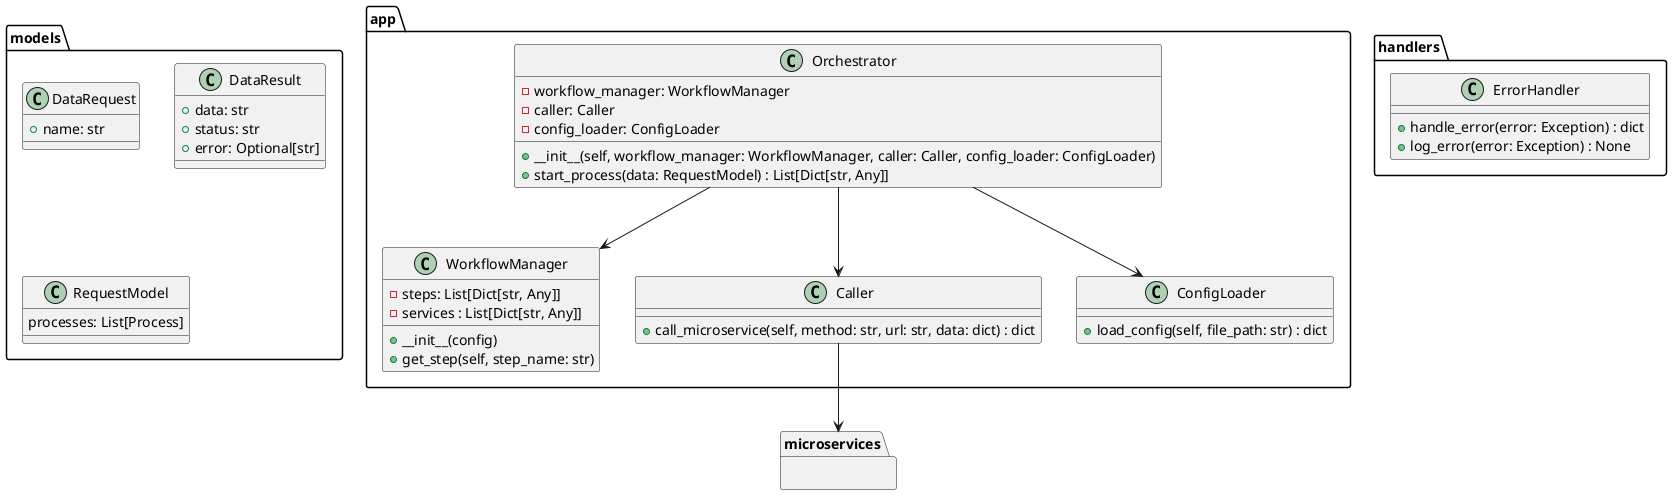
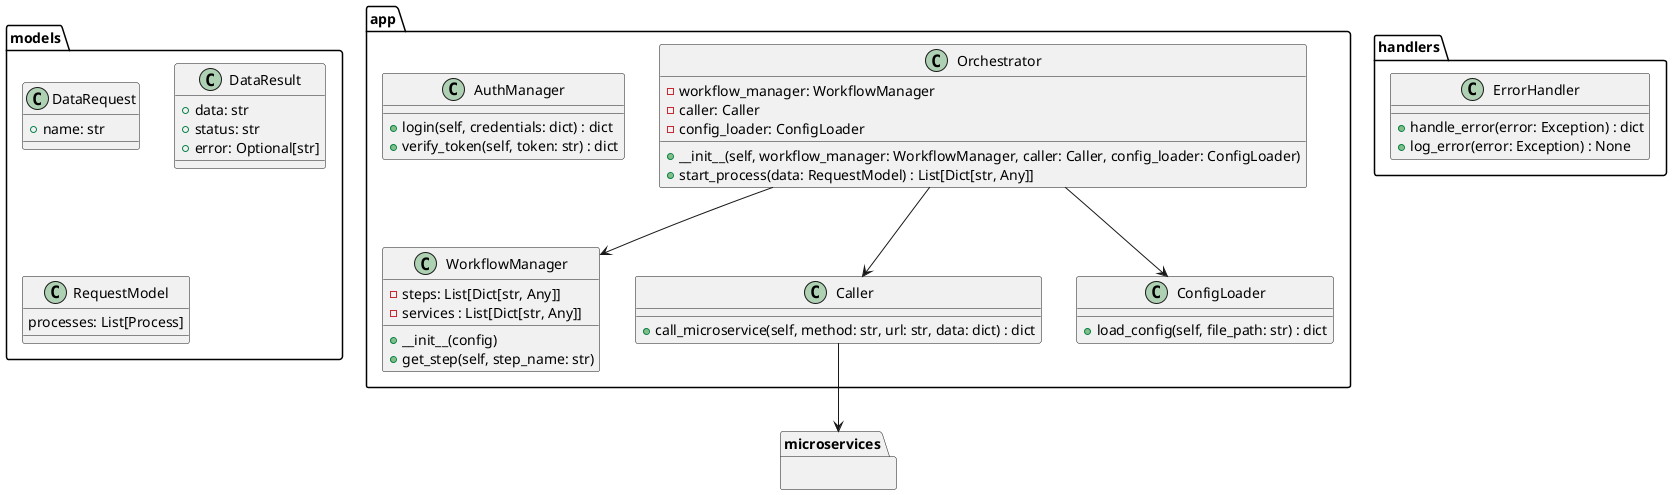
@startuml
package app{

    class Orchestrator {
        - workflow_manager: WorkflowManager
        - caller: Caller
        - config_loader: ConfigLoader
        __
        + __init__(self, workflow_manager: WorkflowManager, caller: Caller, config_loader: ConfigLoader)
        + start_process(data: RequestModel) : List[Dict[str, Any]]
    }

    class WorkflowManager {
        - steps: List[Dict[str, Any]]
        - services : List[Dict[str, Any]]
        __
        + __init__(config)
        + get_step(self, step_name: str)
    }

    class Caller {
        __
        + call_microservice(self, method: str, url: str, data: dict) : dict
    }

    class ConfigLoader {
        __
        + load_config(self, file_path: str) : dict
+     }
+ 
+     class AuthManager {
+         __
+         + login(self, credentials: dict) : dict
+         + verify_token(self, token: str) : dict
    }
}
package microservices{
}
package handlers{
    class ErrorHandler {
        __
        + handle_error(error: Exception) : dict
        + log_error(error: Exception) : None
    }
}
package models{
    class DataRequest {
        +name: str
    }
    class DataResult {
        +data: str
        +status: str
        +error: Optional[str]
    }
    class RequestModel {
        processes: List[Process]
    }
}

' Relationships
Orchestrator --> WorkflowManager
Orchestrator --> Caller
Orchestrator --> ConfigLoader
Caller --> microservices

@enduml
